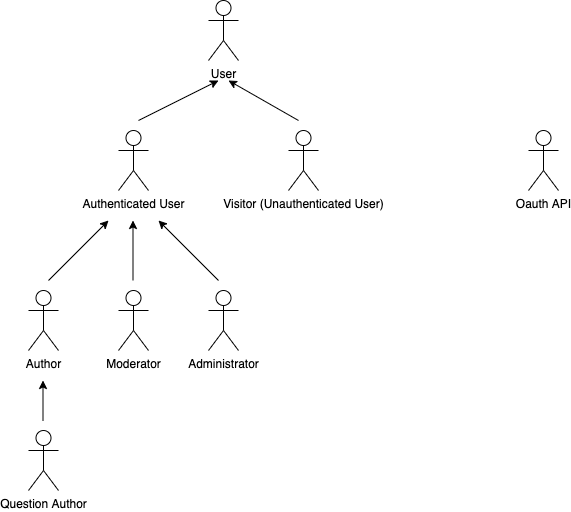
Before: img/actorDiagram.drawio.png, a diagram exported from draw.io (FabioMiguel2000/iNeedHelp). Source tidied: cells renumbered, new cells last; positions are measured from the earlier drawing's top-left corner, leaving out a move shared by most shapes.
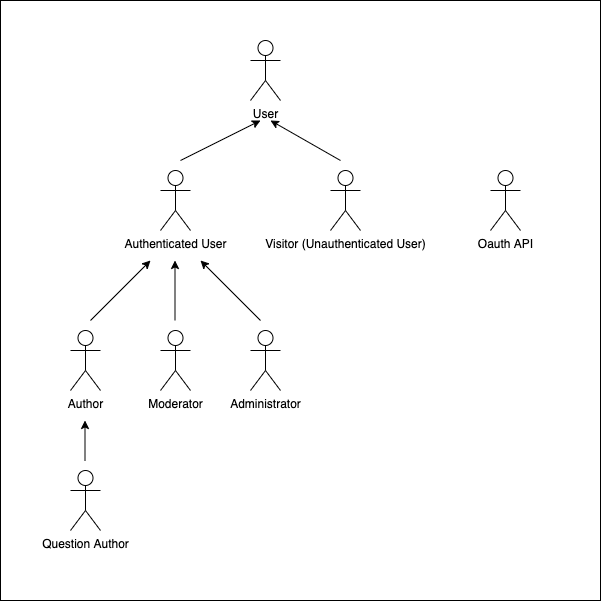
The same diagram one commit later.

What changed in the source:
```diff
@@ -1,7 +1,10 @@
-<mxGraphModel>
+<mxGraphModel background="#ffffff">
   <root>
     <mxCell id="0" />
     <mxCell id="1" parent="0" />
+    <mxCell id="16" style="whiteSpace=wrap;html=1;" parent="1" vertex="1">
+      <mxGeometry x="-70" y="-40" width="600" height="600" as="geometry" />
+    </mxCell>
     <mxCell id="2" value="User" style="shape=umlActor;verticalLabelPosition=bottom;verticalAlign=top;html=1;fillColor=default;strokeColor=default;fontColor=default;" parent="1" vertex="1">
       <mxGeometry x="180" width="30" height="60" as="geometry" />
     </mxCell>
@@ -18,7 +21,7 @@
       <mxGeometry x="180" y="290" width="30" height="60" as="geometry" />
     </mxCell>
     <mxCell id="7" value="Oauth API" style="shape=umlActor;verticalLabelPosition=bottom;verticalAlign=top;html=1;fontColor=default;strokeColor=default;fillColor=default;" parent="1" vertex="1">
-      <mxGeometry x="500" y="130" width="30" height="60" as="geometry" />
+      <mxGeometry x="420" y="130" width="30" height="60" as="geometry" />
     </mxCell>
     <mxCell id="8" value="Visitor (Unauthenticated User)" style="shape=umlActor;verticalLabelPosition=bottom;verticalAlign=top;html=1;fontColor=default;strokeColor=default;fillColor=default;" parent="1" vertex="1">
       <mxGeometry x="260" y="130" width="30" height="60" as="geometry" />
```
